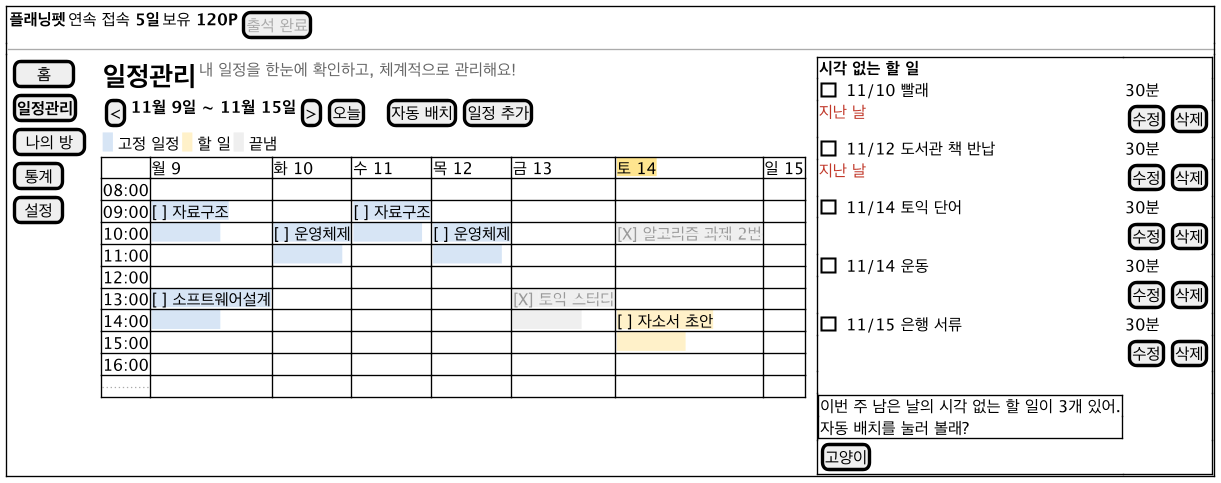
Before: docs/diagrams/ui-schedule.png, a diagram exported from PlantUML (2026-2-software-system-design-11/planning-pet-app). Source of this version:
```plantuml
@startsalt ui-schedule
!include ui-common.iuml
{+
  { <b>플래닝펫</b> | 연속 접속 <b>5일</b> | 보유 <b>120P</b> | [<color:#AAAAAA>출석 완료</color>] }
  --
  {
    {
      [  홈  ]
      [<b>일정관리</b>]
      [ 나의 방 ]
      [ 통계 ]
      [ 설정 ]
    } | . |
    {
      { <size:20><b>일정관리</b></size> | <color:#666666>내 일정을 한눈에 확인하고, 체계적으로 관리해요!</color> }
      { [<] | <b>11월 9일 ~ 11월 15일</b> | [>] | [오늘] | . | . | [자동 배치] | [일정 추가] }
      { <back:#D6E4F5>  </back> 고정 일정 | <back:#FFF1C9>  </back> 할 일 | <back:#EEEEEE>  </back> 끝냄 }
      {#
        .     | 월 9 | 화 10 | 수 11 | 목 12 | 금 13 | <back:#FFE58F>토 14</back> | 일 15
        08:00 | . | . | . | . | . | . | .
        09:00 | <back:#D6E4F5>[ ] 자료구조</back> | . | <back:#D6E4F5>[ ] 자료구조</back> | . | . | . | .
        10:00 | <back:#D6E4F5>　　　　　</back> | <back:#D6E4F5>[ ] 운영체제</back> | <back:#D6E4F5>　　　　　</back> | <back:#D6E4F5>[ ] 운영체제</back> | . | <back:#EEEEEE><color:#999999>[X] <s>알고리즘 과제 2번</s></color></back> | .
        11:00 | . | <back:#D6E4F5>　　　　　</back> | . | <back:#D6E4F5>　　　　　</back> | . | . | .
        12:00 | . | . | . | . | . | . | .
        13:00 | <back:#D6E4F5>[ ] 소프트웨어설계</back> | . | . | . | <back:#EEEEEE><color:#999999>[X] <s>토익 스터디</s></color></back> | . | .
        14:00 | <back:#D6E4F5>　　　　　</back> | . | . | . | <back:#EEEEEE>　　　　　</back> | <back:#FFF1C9>[ ] 자소서 초안</back> | .
        15:00 | . | . | . | . | . | <back:#FFF1C9>　　　　　</back> | .
        16:00 | . | . | . | . | . | . | .
        ...   | . | . | . | . | . | . | .
      }
    } | . |
    {+
      <b>시각 없는 할 일</b> | .
      [ ] 11/10 빨래 | 30분
      <color:#C0392B>지난 날</color> | { [수정] | [삭제] }
      [ ] 11/12 도서관 책 반납 | 30분
      <color:#C0392B>지난 날</color> | { [수정] | [삭제] }
      [ ] 11/14 토익 단어 | 30분
      . | { [수정] | [삭제] }
      [ ] 11/14 운동 | 30분
      . | { [수정] | [삭제] }
      [ ] 11/15 은행 서류 | 30분
      . | { [수정] | [삭제] }
      . | .
      {+ 이번 주 남은 날의 시각 없는 할 일이 3개 있어.
 자동 배치를 눌러 볼래? } | .
      [고양이] | .
    }
  }
}
@endsalt
```
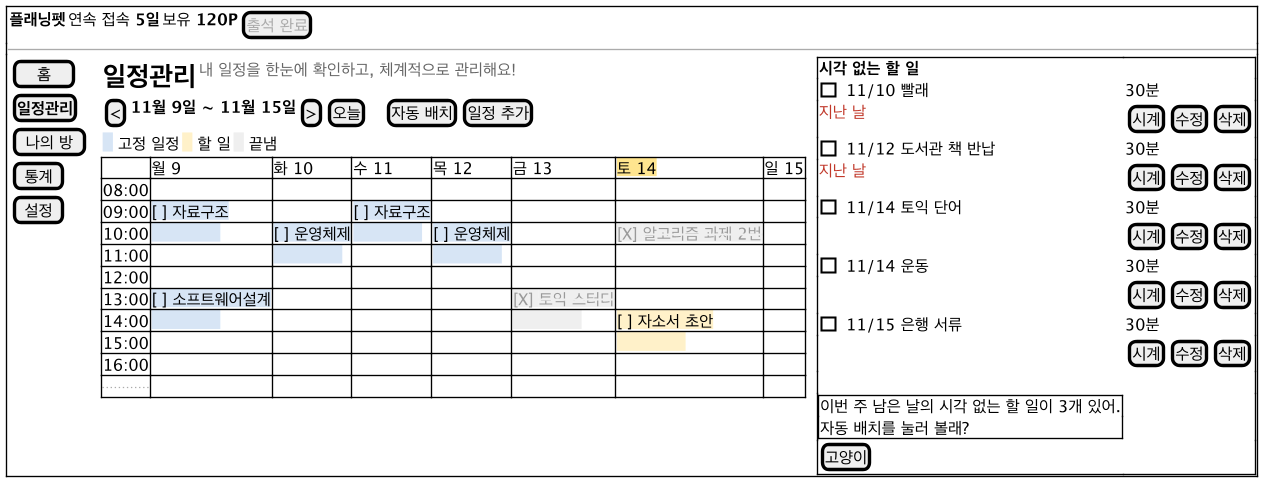
Later version of the same file.

Diff of the diagram source:
```diff
@@ -32,15 +32,15 @@
     {+
       <b>시각 없는 할 일</b> | .
       [ ] 11/10 빨래 | 30분
-      <color:#C0392B>지난 날</color> | { [수정] | [삭제] }
+      <color:#C0392B>지난 날</color> | { [시계] | [수정] | [삭제] }
       [ ] 11/12 도서관 책 반납 | 30분
-      <color:#C0392B>지난 날</color> | { [수정] | [삭제] }
+      <color:#C0392B>지난 날</color> | { [시계] | [수정] | [삭제] }
       [ ] 11/14 토익 단어 | 30분
-      . | { [수정] | [삭제] }
+      . | { [시계] | [수정] | [삭제] }
       [ ] 11/14 운동 | 30분
-      . | { [수정] | [삭제] }
+      . | { [시계] | [수정] | [삭제] }
       [ ] 11/15 은행 서류 | 30분
-      . | { [수정] | [삭제] }
+      . | { [시계] | [수정] | [삭제] }
       . | .
       {+ 이번 주 남은 날의 시각 없는 할 일이 3개 있어.
  자동 배치를 눌러 볼래? } | .
```
